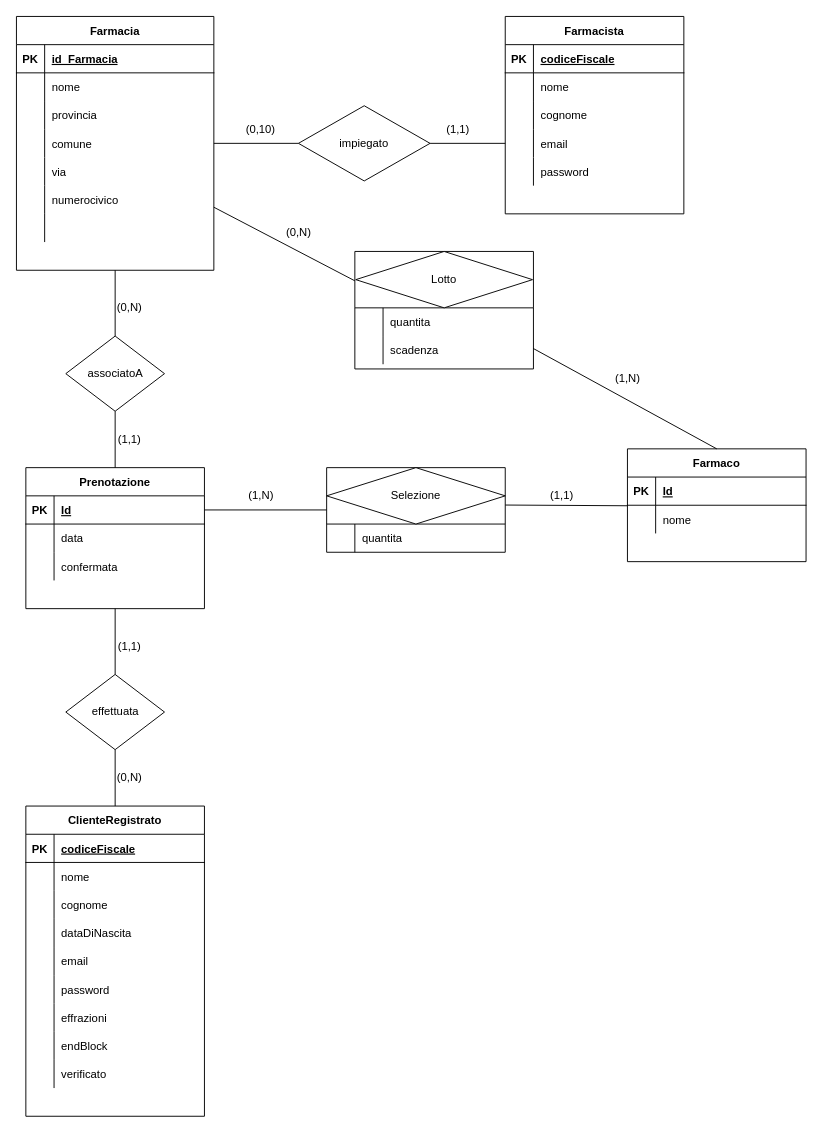
lnwor/farmabyte-doc keeps this draw.io diagram as drawio/Progettazione/Diagramma E-R.drawio. Above is the earlier version. Source tidied: cells renumbered, new cells numbered last; positions are measured from the earlier drawing's top-left corner, leaving out a move shared by most shapes. Both pictures are drawn from the tidied source at 94%, with x=0, y=0 at pixel (16, 16).
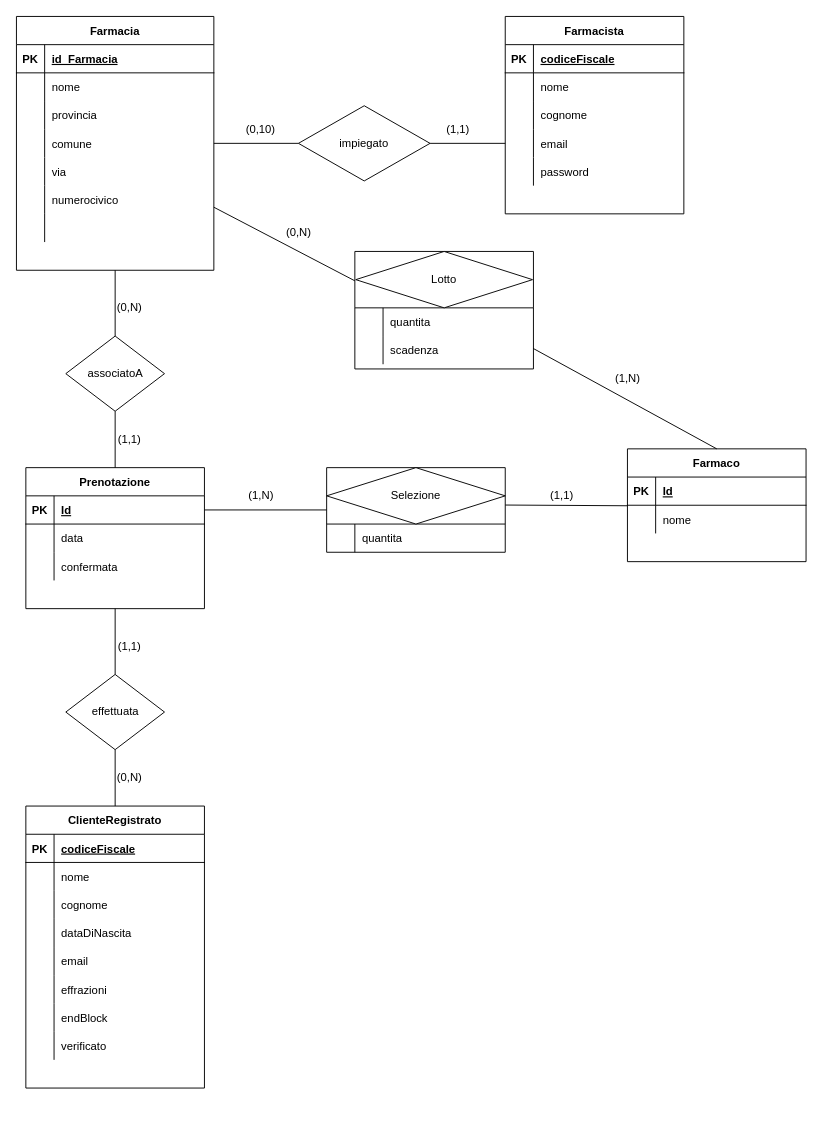
The same diagram, later.

Commit message (it also covers changes not shown here):
rimosse password ovunque

What changed in the source:
```diff
@@
     <mxCell id="60" value="ClienteRegistrato" style="shape=table;startSize=30;childLayout=tableLayout;rowLines=0;fontStyle=1;align=center;" parent="1" vertex="1">
-      <mxGeometry x="10" y="840" width="190" height="330" as="geometry" />
+      <mxGeometry x="10" y="840" width="190" height="300" as="geometry" />
     </mxCell>
@@
-    <mxCell id="76" style="shape=partialRectangle;fillColor=none;top=0;left=0;right=0;bottom=0;" parent="60" vertex="1">
-      <mxGeometry y="180" width="190" height="30" as="geometry" />
-    </mxCell>
-    <mxCell id="77" style="shape=partialRectangle;overflow=hidden;fillColor=none;top=0;left=0;bottom=0;right=0;" parent="76" vertex="1">
-      <mxGeometry width="30" height="30" as="geometry" />
-    </mxCell>
-    <mxCell id="78" value="password" style="shape=partialRectangle;overflow=hidden;fillColor=none;top=0;left=0;bottom=0;right=0;align=left;spacingLeft=6;" parent="76" vertex="1">
-      <mxGeometry x="30" width="160" height="30" as="geometry" />
-    </mxCell>
     <mxCell id="79" style="shape=partialRectangle;fillColor=none;top=0;left=0;right=0;bottom=0;" parent="60" vertex="1">
-      <mxGeometry y="210" width="190" height="30" as="geometry" />
+      <mxGeometry y="180" width="190" height="30" as="geometry" />
     </mxCell>
@@
     <mxCell id="82" style="shape=partialRectangle;fillColor=none;top=0;left=0;right=0;bottom=0;" parent="60" vertex="1">
-      <mxGeometry y="240" width="190" height="30" as="geometry" />
+      <mxGeometry y="210" width="190" height="30" as="geometry" />
     </mxCell>
@@
     <mxCell id="85" style="shape=partialRectangle;fillColor=none;top=0;left=0;right=0;bottom=0;" parent="60" vertex="1">
-      <mxGeometry y="270" width="190" height="30" as="geometry" />
+      <mxGeometry y="240" width="190" height="30" as="geometry" />
     </mxCell>
```
